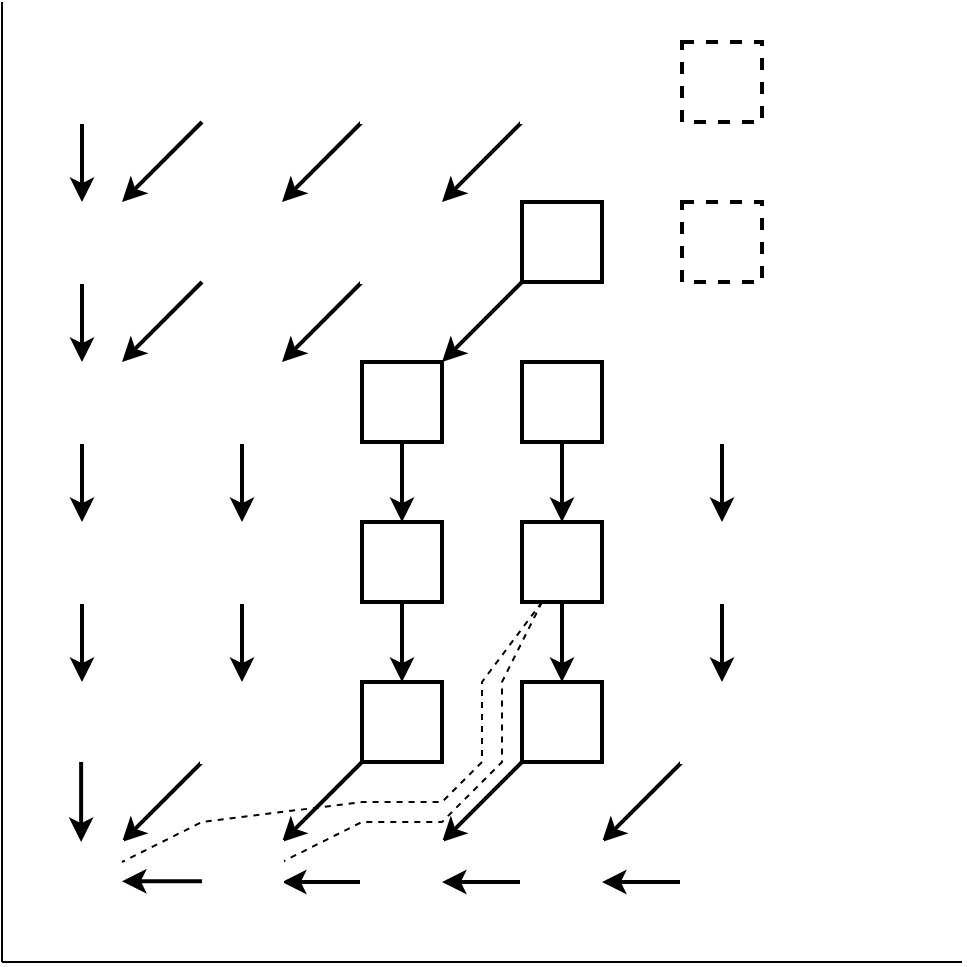
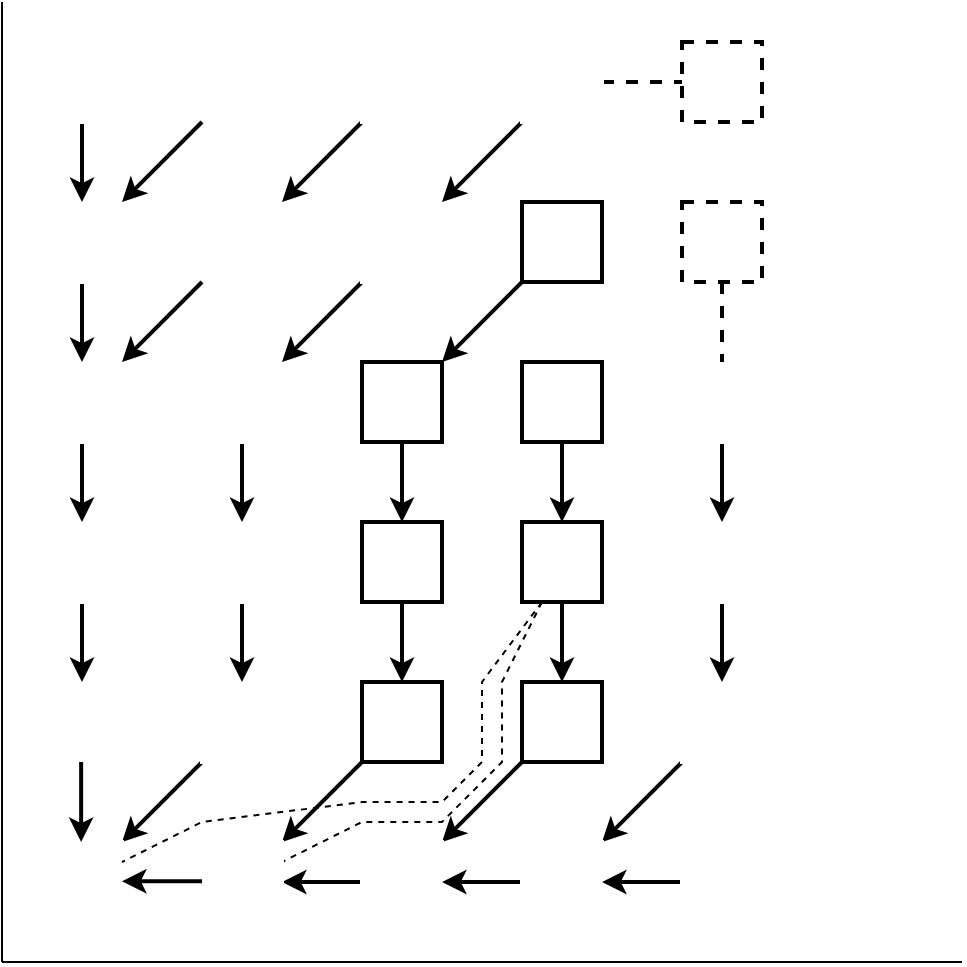
<mxfile host="app.diagrams.net">
  <diagram name="Page-1" id="p-UxiI7Kj3g7a2DDY7qo">
-     <mxGraphModel dx="673" dy="1093" grid="1" gridSize="10" guides="1" tooltips="1" connect="1" arrows="1" fold="1" page="0" pageScale="1" pageWidth="850" pageHeight="1100" math="0" shadow="0">
+     <mxGraphModel dx="-376" dy="481" grid="1" gridSize="10" guides="1" tooltips="1" connect="1" arrows="1" fold="1" page="0" pageScale="1" pageWidth="850" pageHeight="1100" math="0" shadow="0">
      <root>
        <mxCell id="0" />
        <mxCell id="1" parent="0" />
        <mxCell id="F-eb43CFkHsZhEgaTn7b-19" edge="1" parent="1" source="F-eb43CFkHsZhEgaTn7b-15" style="edgeStyle=none;shape=connector;rounded=0;orthogonalLoop=1;jettySize=auto;html=1;exitX=0;exitY=1;exitDx=0;exitDy=0;entryX=1;entryY=0;entryDx=0;entryDy=0;strokeColor=light-dark(#000000,#FF0000);strokeWidth=2;align=center;verticalAlign=middle;fontFamily=Helvetica;fontSize=11;fontColor=default;labelBackgroundColor=default;startArrow=none;startFill=0;endArrow=classic;endFill=1;" target="F-eb43CFkHsZhEgaTn7b-18">
          <mxGeometry relative="1" as="geometry" />
        </mxCell>
        <mxCell id="F-eb43CFkHsZhEgaTn7b-15" parent="1" style="rounded=0;whiteSpace=wrap;html=1;fillColor=none;fontFamily=Courier New;fontStyle=1;strokeColor=light-dark(#000000,#FF0000);strokeWidth=2;" value="" vertex="1">
          <mxGeometry height="40" width="40" x="1680" y="560" as="geometry" />
        </mxCell>
        <mxCell id="F-eb43CFkHsZhEgaTn7b-21" edge="1" parent="1" source="F-eb43CFkHsZhEgaTn7b-16" style="edgeStyle=none;shape=connector;rounded=0;orthogonalLoop=1;jettySize=auto;html=1;exitX=0.5;exitY=1;exitDx=0;exitDy=0;strokeColor=light-dark(#000000,#FF0000);strokeWidth=2;align=center;verticalAlign=middle;fontFamily=Helvetica;fontSize=11;fontColor=default;labelBackgroundColor=default;startArrow=none;startFill=0;endArrow=classic;endFill=1;" target="F-eb43CFkHsZhEgaTn7b-15">
          <mxGeometry relative="1" as="geometry" />
        </mxCell>
        <mxCell id="F-eb43CFkHsZhEgaTn7b-62" edge="1" parent="1" source="F-eb43CFkHsZhEgaTn7b-16" style="edgeStyle=none;shape=connector;rounded=0;orthogonalLoop=1;jettySize=auto;html=1;exitX=0.25;exitY=1;exitDx=0;exitDy=0;entryX=1;entryY=0.25;entryDx=0;entryDy=0;dashed=1;strokeColor=light-dark(#000000,#FF0000);strokeWidth=1;align=center;verticalAlign=middle;fontFamily=Helvetica;fontSize=11;fontColor=default;labelBackgroundColor=default;endArrow=none;endFill=0;" target="F-eb43CFkHsZhEgaTn7b-29">
          <mxGeometry relative="1" as="geometry">
            <Array as="points">
              <mxPoint x="1670" y="560" />
              <mxPoint x="1670" y="600" />
              <mxPoint x="1640" y="630" />
              <mxPoint x="1600" y="630" />
            </Array>
          </mxGeometry>
        </mxCell>
        <mxCell id="F-eb43CFkHsZhEgaTn7b-16" parent="1" style="rounded=0;whiteSpace=wrap;html=1;fillColor=none;fontFamily=Courier New;fontStyle=1;strokeColor=light-dark(#000000,#FF0000);strokeWidth=2;" value="" vertex="1">
          <mxGeometry height="40" width="40" x="1680" y="480" as="geometry" />
        </mxCell>
        <mxCell id="F-eb43CFkHsZhEgaTn7b-22" edge="1" parent="1" source="F-eb43CFkHsZhEgaTn7b-17" style="edgeStyle=none;shape=connector;rounded=0;orthogonalLoop=1;jettySize=auto;html=1;exitX=0.5;exitY=1;exitDx=0;exitDy=0;entryX=0.5;entryY=0;entryDx=0;entryDy=0;strokeColor=light-dark(#000000,#FF0000);strokeWidth=2;align=center;verticalAlign=middle;fontFamily=Helvetica;fontSize=11;fontColor=default;labelBackgroundColor=default;startArrow=none;startFill=0;endArrow=classic;endFill=1;" target="F-eb43CFkHsZhEgaTn7b-16">
          <mxGeometry relative="1" as="geometry" />
        </mxCell>
        <mxCell id="F-eb43CFkHsZhEgaTn7b-17" parent="1" style="rounded=0;whiteSpace=wrap;html=1;fillColor=none;fontFamily=Courier New;fontStyle=1;strokeColor=light-dark(#000000,#FF0000);strokeWidth=2;" value="" vertex="1">
          <mxGeometry height="40" width="40" x="1680" y="400" as="geometry" />
        </mxCell>
        <mxCell id="F-eb43CFkHsZhEgaTn7b-32" edge="1" parent="1" source="F-eb43CFkHsZhEgaTn7b-18" style="edgeStyle=none;shape=connector;rounded=0;orthogonalLoop=1;jettySize=auto;html=1;exitX=0;exitY=0.5;exitDx=0;exitDy=0;entryX=1;entryY=0.5;entryDx=0;entryDy=0;strokeColor=default;strokeWidth=2;align=center;verticalAlign=middle;fontFamily=Helvetica;fontSize=11;fontColor=default;labelBackgroundColor=default;startArrow=none;startFill=0;endArrow=classic;endFill=1;" target="F-eb43CFkHsZhEgaTn7b-29">
          <mxGeometry relative="1" as="geometry" />
        </mxCell>
        <mxCell id="F-eb43CFkHsZhEgaTn7b-18" parent="1" style="rounded=0;whiteSpace=wrap;html=1;fillColor=none;fontFamily=Courier New;fontStyle=1;strokeColor=light-dark(#FFFFFF,#FFFFFF);strokeWidth=2;" value="" vertex="1">
          <mxGeometry height="40" width="40" x="1600" y="640" as="geometry" />
        </mxCell>
        <mxCell id="F-eb43CFkHsZhEgaTn7b-23" edge="1" parent="1" source="F-eb43CFkHsZhEgaTn7b-24" style="edgeStyle=none;shape=connector;rounded=0;orthogonalLoop=1;jettySize=auto;html=1;exitX=0;exitY=1;exitDx=0;exitDy=0;entryX=1;entryY=0;entryDx=0;entryDy=0;strokeColor=light-dark(#000000,#FF8000);strokeWidth=2;align=center;verticalAlign=middle;fontFamily=Helvetica;fontSize=11;fontColor=default;labelBackgroundColor=default;startArrow=none;startFill=0;endArrow=classic;endFill=1;" target="F-eb43CFkHsZhEgaTn7b-29">
          <mxGeometry relative="1" as="geometry" />
        </mxCell>
        <mxCell id="F-eb43CFkHsZhEgaTn7b-24" parent="1" style="rounded=0;whiteSpace=wrap;html=1;fillColor=none;fontFamily=Courier New;fontStyle=1;strokeColor=light-dark(#000000,#FF8000);strokeWidth=2;" value="" vertex="1">
          <mxGeometry height="40" width="40" x="1600" y="560" as="geometry" />
        </mxCell>
        <mxCell id="F-eb43CFkHsZhEgaTn7b-25" edge="1" parent="1" source="F-eb43CFkHsZhEgaTn7b-26" style="edgeStyle=none;shape=connector;rounded=0;orthogonalLoop=1;jettySize=auto;html=1;exitX=0.5;exitY=1;exitDx=0;exitDy=0;strokeColor=light-dark(#000000,#FF8000);strokeWidth=2;align=center;verticalAlign=middle;fontFamily=Helvetica;fontSize=11;fontColor=default;labelBackgroundColor=default;startArrow=none;startFill=0;endArrow=classic;endFill=1;" target="F-eb43CFkHsZhEgaTn7b-24">
          <mxGeometry relative="1" as="geometry" />
        </mxCell>
        <mxCell id="F-eb43CFkHsZhEgaTn7b-26" parent="1" style="rounded=0;whiteSpace=wrap;html=1;fillColor=none;fontFamily=Courier New;fontStyle=1;strokeColor=light-dark(#000000,#FF8000);strokeWidth=2;" value="" vertex="1">
          <mxGeometry height="40" width="40" x="1600" y="480" as="geometry" />
        </mxCell>
        <mxCell id="F-eb43CFkHsZhEgaTn7b-27" edge="1" parent="1" source="F-eb43CFkHsZhEgaTn7b-28" style="edgeStyle=none;shape=connector;rounded=0;orthogonalLoop=1;jettySize=auto;html=1;exitX=0.5;exitY=1;exitDx=0;exitDy=0;entryX=0.5;entryY=0;entryDx=0;entryDy=0;strokeColor=light-dark(#000000,#FF8000);strokeWidth=2;align=center;verticalAlign=middle;fontFamily=Helvetica;fontSize=11;fontColor=default;labelBackgroundColor=default;startArrow=none;startFill=0;endArrow=classic;endFill=1;" target="F-eb43CFkHsZhEgaTn7b-26">
          <mxGeometry relative="1" as="geometry" />
        </mxCell>
        <mxCell id="F-eb43CFkHsZhEgaTn7b-28" parent="1" style="rounded=0;whiteSpace=wrap;html=1;fillColor=none;fontFamily=Courier New;fontStyle=1;strokeColor=light-dark(#000000,#FF8000);strokeWidth=2;" value="" vertex="1">
          <mxGeometry height="40" width="40" x="1600" y="400" as="geometry" />
        </mxCell>
        <mxCell id="F-eb43CFkHsZhEgaTn7b-29" parent="1" style="rounded=0;whiteSpace=wrap;html=1;fillColor=none;fontFamily=Courier New;fontStyle=1;strokeColor=light-dark(#FFFFFF,#FFFFFF);strokeWidth=2;" value="" vertex="1">
          <mxGeometry height="40" width="40" x="1520" y="640" as="geometry" />
        </mxCell>
        <mxCell id="F-eb43CFkHsZhEgaTn7b-31" edge="1" parent="1" source="F-eb43CFkHsZhEgaTn7b-30" style="edgeStyle=none;shape=connector;rounded=0;orthogonalLoop=1;jettySize=auto;html=1;exitX=0;exitY=1;exitDx=0;exitDy=0;entryX=1;entryY=0;entryDx=0;entryDy=0;strokeColor=light-dark(#000000,#FF8000);strokeWidth=2;align=center;verticalAlign=middle;fontFamily=Helvetica;fontSize=11;fontColor=default;labelBackgroundColor=default;startArrow=none;startFill=0;endArrow=classic;endFill=1;" target="F-eb43CFkHsZhEgaTn7b-28">
          <mxGeometry relative="1" as="geometry" />
        </mxCell>
        <mxCell id="F-eb43CFkHsZhEgaTn7b-30" parent="1" style="rounded=0;whiteSpace=wrap;html=1;fillColor=none;fontFamily=Courier New;fontStyle=1;strokeColor=light-dark(#000000,#FF8000);strokeWidth=2;" value="" vertex="1">
          <mxGeometry height="40" width="40" x="1680" y="320" as="geometry" />
        </mxCell>
        <mxCell id="F-eb43CFkHsZhEgaTn7b-33" edge="1" parent="1" source="F-eb43CFkHsZhEgaTn7b-34" style="edgeStyle=none;shape=connector;rounded=0;orthogonalLoop=1;jettySize=auto;html=1;exitX=0;exitY=1;exitDx=0;exitDy=0;entryX=1;entryY=0;entryDx=0;entryDy=0;strokeColor=default;strokeWidth=2;align=center;verticalAlign=middle;fontFamily=Helvetica;fontSize=11;fontColor=default;labelBackgroundColor=default;startArrow=none;startFill=0;endArrow=classic;endFill=1;" target="F-eb43CFkHsZhEgaTn7b-39">
          <mxGeometry relative="1" as="geometry" />
        </mxCell>
        <mxCell id="F-eb43CFkHsZhEgaTn7b-34" parent="1" style="rounded=0;whiteSpace=wrap;html=1;fillColor=none;fontFamily=Courier New;fontStyle=1;strokeColor=light-dark(#FFFFFF,#FFFFFF);strokeWidth=2;" value="" vertex="1">
          <mxGeometry height="40" width="40" x="1760" y="560" as="geometry" />
        </mxCell>
        <mxCell id="F-eb43CFkHsZhEgaTn7b-35" edge="1" parent="1" source="F-eb43CFkHsZhEgaTn7b-36" style="edgeStyle=none;shape=connector;rounded=0;orthogonalLoop=1;jettySize=auto;html=1;exitX=0.5;exitY=1;exitDx=0;exitDy=0;strokeColor=default;strokeWidth=2;align=center;verticalAlign=middle;fontFamily=Helvetica;fontSize=11;fontColor=default;labelBackgroundColor=default;startArrow=none;startFill=0;endArrow=classic;endFill=1;" target="F-eb43CFkHsZhEgaTn7b-34">
          <mxGeometry relative="1" as="geometry" />
        </mxCell>
        <mxCell id="F-eb43CFkHsZhEgaTn7b-36" parent="1" style="rounded=0;whiteSpace=wrap;html=1;fillColor=none;fontFamily=Courier New;fontStyle=1;strokeColor=light-dark(#FFFFFF,#FFFFFF);strokeWidth=2;" value="" vertex="1">
          <mxGeometry height="40" width="40" x="1760" y="480" as="geometry" />
        </mxCell>
        <mxCell id="F-eb43CFkHsZhEgaTn7b-37" edge="1" parent="1" source="F-eb43CFkHsZhEgaTn7b-38" style="edgeStyle=none;shape=connector;rounded=0;orthogonalLoop=1;jettySize=auto;html=1;exitX=0.5;exitY=1;exitDx=0;exitDy=0;entryX=0.5;entryY=0;entryDx=0;entryDy=0;strokeColor=default;strokeWidth=2;align=center;verticalAlign=middle;fontFamily=Helvetica;fontSize=11;fontColor=default;labelBackgroundColor=default;startArrow=none;startFill=0;endArrow=classic;endFill=1;" target="F-eb43CFkHsZhEgaTn7b-36">
          <mxGeometry relative="1" as="geometry" />
        </mxCell>
        <mxCell id="F-eb43CFkHsZhEgaTn7b-38" parent="1" style="rounded=0;whiteSpace=wrap;html=1;fillColor=none;fontFamily=Courier New;fontStyle=1;strokeColor=light-dark(#FFFFFF,#FFFFFF);strokeWidth=2;" value="" vertex="1">
          <mxGeometry height="40" width="40" x="1760" y="400" as="geometry" />
        </mxCell>
        <mxCell id="F-eb43CFkHsZhEgaTn7b-40" edge="1" parent="1" source="F-eb43CFkHsZhEgaTn7b-39" style="edgeStyle=none;shape=connector;rounded=0;orthogonalLoop=1;jettySize=auto;html=1;exitX=0;exitY=0.5;exitDx=0;exitDy=0;entryX=1;entryY=0.5;entryDx=0;entryDy=0;strokeColor=default;strokeWidth=2;align=center;verticalAlign=middle;fontFamily=Helvetica;fontSize=11;fontColor=default;labelBackgroundColor=default;startArrow=none;startFill=0;endArrow=classic;endFill=1;" target="F-eb43CFkHsZhEgaTn7b-18">
          <mxGeometry relative="1" as="geometry" />
        </mxCell>
        <mxCell id="F-eb43CFkHsZhEgaTn7b-39" parent="1" style="rounded=0;whiteSpace=wrap;html=1;fillColor=none;fontFamily=Courier New;fontStyle=1;strokeColor=light-dark(#FFFFFF,#FFFFFF);strokeWidth=2;" value="" vertex="1">
          <mxGeometry height="40" width="40" x="1680" y="640" as="geometry" />
        </mxCell>
        <mxCell id="F-eb43CFkHsZhEgaTn7b-42" edge="1" parent="1" source="F-eb43CFkHsZhEgaTn7b-41" style="edgeStyle=none;shape=connector;rounded=0;orthogonalLoop=1;jettySize=auto;html=1;exitX=0;exitY=0.5;exitDx=0;exitDy=0;entryX=1;entryY=0.5;entryDx=0;entryDy=0;strokeColor=default;strokeWidth=2;align=center;verticalAlign=middle;fontFamily=Helvetica;fontSize=11;fontColor=default;labelBackgroundColor=default;startArrow=none;startFill=0;endArrow=classic;endFill=1;" target="F-eb43CFkHsZhEgaTn7b-39">
          <mxGeometry relative="1" as="geometry" />
        </mxCell>
        <mxCell id="F-eb43CFkHsZhEgaTn7b-41" parent="1" style="rounded=0;whiteSpace=wrap;html=1;fillColor=none;fontFamily=Courier New;fontStyle=1;strokeColor=light-dark(#FFFFFF,#FFFFFF);strokeWidth=2;" value="" vertex="1">
          <mxGeometry height="40" width="40" x="1760" y="640" as="geometry" />
        </mxCell>
        <mxCell id="F-eb43CFkHsZhEgaTn7b-54" edge="1" parent="1" source="F-eb43CFkHsZhEgaTn7b-43" style="edgeStyle=none;shape=connector;rounded=0;orthogonalLoop=1;jettySize=auto;html=1;exitX=0;exitY=1;exitDx=0;exitDy=0;entryX=1;entryY=0;entryDx=0;entryDy=0;strokeColor=default;strokeWidth=2;align=center;verticalAlign=middle;fontFamily=Helvetica;fontSize=11;fontColor=default;labelBackgroundColor=default;startArrow=none;startFill=0;endArrow=classic;endFill=1;" target="F-eb43CFkHsZhEgaTn7b-63">
          <mxGeometry relative="1" as="geometry" />
        </mxCell>
        <mxCell id="F-eb43CFkHsZhEgaTn7b-43" parent="1" style="rounded=0;whiteSpace=wrap;html=1;fillColor=none;fontFamily=Courier New;fontStyle=1;strokeColor=light-dark(#FFFFFF,#FFFFFF);strokeWidth=2;" value="" vertex="1">
          <mxGeometry height="40" width="40" x="1520" y="560" as="geometry" />
        </mxCell>
        <mxCell id="F-eb43CFkHsZhEgaTn7b-44" edge="1" parent="1" source="F-eb43CFkHsZhEgaTn7b-45" style="edgeStyle=none;shape=connector;rounded=0;orthogonalLoop=1;jettySize=auto;html=1;exitX=0.5;exitY=1;exitDx=0;exitDy=0;strokeColor=default;strokeWidth=2;align=center;verticalAlign=middle;fontFamily=Helvetica;fontSize=11;fontColor=default;labelBackgroundColor=default;startArrow=none;startFill=0;endArrow=classic;endFill=1;" target="F-eb43CFkHsZhEgaTn7b-43">
          <mxGeometry relative="1" as="geometry" />
        </mxCell>
        <mxCell id="F-eb43CFkHsZhEgaTn7b-45" parent="1" style="rounded=0;whiteSpace=wrap;html=1;fillColor=none;fontFamily=Courier New;fontStyle=1;strokeColor=light-dark(#FFFFFF,#FFFFFF);strokeWidth=2;" value="" vertex="1">
          <mxGeometry height="40" width="40" x="1520" y="480" as="geometry" />
        </mxCell>
        <mxCell id="F-eb43CFkHsZhEgaTn7b-46" edge="1" parent="1" source="F-eb43CFkHsZhEgaTn7b-47" style="edgeStyle=none;shape=connector;rounded=0;orthogonalLoop=1;jettySize=auto;html=1;exitX=0.5;exitY=1;exitDx=0;exitDy=0;entryX=0.5;entryY=0;entryDx=0;entryDy=0;strokeColor=default;strokeWidth=2;align=center;verticalAlign=middle;fontFamily=Helvetica;fontSize=11;fontColor=default;labelBackgroundColor=default;startArrow=none;startFill=0;endArrow=classic;endFill=1;" target="F-eb43CFkHsZhEgaTn7b-45">
          <mxGeometry relative="1" as="geometry" />
        </mxCell>
        <mxCell id="F-eb43CFkHsZhEgaTn7b-47" parent="1" style="rounded=0;whiteSpace=wrap;html=1;fillColor=none;fontFamily=Courier New;fontStyle=1;strokeColor=light-dark(#FFFFFF,#FFFFFF);strokeWidth=2;" value="" vertex="1">
          <mxGeometry height="40" width="40" x="1520" y="400" as="geometry" />
        </mxCell>
        <mxCell id="F-eb43CFkHsZhEgaTn7b-48" edge="1" parent="1" source="F-eb43CFkHsZhEgaTn7b-49" style="edgeStyle=none;shape=connector;rounded=0;orthogonalLoop=1;jettySize=auto;html=1;exitX=0;exitY=1;exitDx=0;exitDy=0;entryX=1;entryY=0;entryDx=0;entryDy=0;strokeColor=default;strokeWidth=2;align=center;verticalAlign=middle;fontFamily=Helvetica;fontSize=11;fontColor=default;labelBackgroundColor=default;startArrow=none;startFill=0;endArrow=classic;endFill=1;" target="F-eb43CFkHsZhEgaTn7b-47">
          <mxGeometry relative="1" as="geometry" />
        </mxCell>
        <mxCell id="F-eb43CFkHsZhEgaTn7b-49" parent="1" style="rounded=0;whiteSpace=wrap;html=1;fillColor=none;fontFamily=Courier New;fontStyle=1;strokeColor=light-dark(#FFFFFF,#FFFFFF);strokeWidth=2;" value="" vertex="1">
          <mxGeometry height="40" width="40" x="1600" y="320" as="geometry" />
        </mxCell>
        <mxCell id="F-eb43CFkHsZhEgaTn7b-50" edge="1" parent="1" source="F-eb43CFkHsZhEgaTn7b-51" style="edgeStyle=none;shape=connector;rounded=0;orthogonalLoop=1;jettySize=auto;html=1;exitX=0;exitY=1;exitDx=0;exitDy=0;entryX=1;entryY=0;entryDx=0;entryDy=0;strokeColor=default;strokeWidth=2;align=center;verticalAlign=middle;fontFamily=Helvetica;fontSize=11;fontColor=default;labelBackgroundColor=default;startArrow=none;startFill=0;endArrow=classic;endFill=1;">
          <mxGeometry relative="1" as="geometry">
            <mxPoint x="1640" y="320" as="targetPoint" />
          </mxGeometry>
        </mxCell>
+         <mxCell id="F-eb43CFkHsZhEgaTn7b-91" edge="1" parent="1" source="F-eb43CFkHsZhEgaTn7b-51" style="edgeStyle=none;shape=connector;rounded=0;orthogonalLoop=1;jettySize=auto;html=1;exitX=1;exitY=0.5;exitDx=0;exitDy=0;entryX=0;entryY=0.5;entryDx=0;entryDy=0;dashed=1;strokeColor=light-dark(#000000,#FF8000);strokeWidth=2;align=center;verticalAlign=middle;fontFamily=Helvetica;fontSize=11;fontColor=default;labelBackgroundColor=default;endArrow=none;endFill=0;" target="F-eb43CFkHsZhEgaTn7b-53">
+           <mxGeometry relative="1" as="geometry" />
+         </mxCell>
        <mxCell id="F-eb43CFkHsZhEgaTn7b-51" parent="1" style="rounded=0;whiteSpace=wrap;html=1;fillColor=none;fontFamily=Courier New;fontStyle=1;strokeColor=light-dark(#FFFFFF,#FFFFFF);strokeWidth=2;" value="" vertex="1">
          <mxGeometry height="40" width="40" x="1680" y="240" as="geometry" />
+         </mxCell>
+         <mxCell id="F-eb43CFkHsZhEgaTn7b-90" edge="1" parent="1" source="F-eb43CFkHsZhEgaTn7b-52" style="edgeStyle=none;shape=connector;rounded=0;orthogonalLoop=1;jettySize=auto;html=1;exitX=0.5;exitY=1;exitDx=0;exitDy=0;entryX=0.5;entryY=0;entryDx=0;entryDy=0;dashed=1;strokeColor=light-dark(#000000,#FF0000);strokeWidth=2;align=center;verticalAlign=middle;fontFamily=Helvetica;fontSize=11;fontColor=default;labelBackgroundColor=default;endArrow=none;endFill=0;" target="F-eb43CFkHsZhEgaTn7b-38">
+           <mxGeometry relative="1" as="geometry" />
        </mxCell>
        <mxCell id="F-eb43CFkHsZhEgaTn7b-52" parent="1" style="rounded=0;whiteSpace=wrap;html=1;fillColor=none;fontFamily=Courier New;fontStyle=1;strokeColor=light-dark(#000000,#FF0000);strokeWidth=2;dashed=1;" value="" vertex="1">
          <mxGeometry height="40" width="40" x="1760" y="320" as="geometry" />
        </mxCell>
        <mxCell id="F-eb43CFkHsZhEgaTn7b-53" parent="1" style="rounded=0;whiteSpace=wrap;html=1;fillColor=none;fontFamily=Courier New;fontStyle=1;strokeColor=light-dark(#000000,#FF8000);strokeWidth=2;dashed=1;" value="" vertex="1">
          <mxGeometry height="40" width="40" x="1760" y="240" as="geometry" />
        </mxCell>
        <mxCell id="F-eb43CFkHsZhEgaTn7b-56" parent="1" style="rounded=0;whiteSpace=wrap;html=1;fillColor=none;fontFamily=Courier New;fontStyle=1;strokeColor=light-dark(#FFFFFF,#FFFFFF);strokeWidth=2;" value="" vertex="1">
          <mxGeometry height="40" width="40" x="1520" y="320" as="geometry" />
        </mxCell>
        <mxCell id="F-eb43CFkHsZhEgaTn7b-60" edge="1" parent="1" source="F-eb43CFkHsZhEgaTn7b-57" style="edgeStyle=none;shape=connector;rounded=0;orthogonalLoop=1;jettySize=auto;html=1;exitX=0;exitY=1;exitDx=0;exitDy=0;entryX=1;entryY=0;entryDx=0;entryDy=0;strokeColor=default;strokeWidth=2;align=center;verticalAlign=middle;fontFamily=Helvetica;fontSize=11;fontColor=default;labelBackgroundColor=default;startArrow=none;startFill=0;endArrow=classic;endFill=1;" target="F-eb43CFkHsZhEgaTn7b-56">
          <mxGeometry relative="1" as="geometry" />
        </mxCell>
        <mxCell id="F-eb43CFkHsZhEgaTn7b-57" parent="1" style="rounded=0;whiteSpace=wrap;html=1;fillColor=none;fontFamily=Courier New;fontStyle=1;strokeColor=light-dark(#FFFFFF,#FFFFFF);strokeWidth=2;" value="" vertex="1">
          <mxGeometry height="40" width="40" x="1600" y="240" as="geometry" />
        </mxCell>
        <mxCell id="F-eb43CFkHsZhEgaTn7b-58" parent="1" style="rounded=0;whiteSpace=wrap;html=1;fillColor=none;fontFamily=Courier New;fontStyle=1;strokeColor=light-dark(#FFFFFF,#FFFFFF);strokeWidth=2;" value="" vertex="1">
          <mxGeometry height="40" width="40" x="1520" y="240" as="geometry" />
        </mxCell>
        <mxCell id="F-eb43CFkHsZhEgaTn7b-63" parent="1" style="rounded=0;whiteSpace=wrap;html=1;fillColor=none;fontFamily=Courier New;fontStyle=1;strokeColor=light-dark(#FFFFFF,#FFFFFF);strokeWidth=2;" value="" vertex="1">
          <mxGeometry height="40" width="40" x="1440" y="640" as="geometry" />
        </mxCell>
        <mxCell id="F-eb43CFkHsZhEgaTn7b-65" edge="1" parent="1" style="edgeStyle=none;shape=connector;rounded=0;orthogonalLoop=1;jettySize=auto;html=1;exitX=0;exitY=0.5;exitDx=0;exitDy=0;entryX=1;entryY=0.5;entryDx=0;entryDy=0;strokeColor=default;strokeWidth=2;align=center;verticalAlign=middle;fontFamily=Helvetica;fontSize=11;fontColor=default;labelBackgroundColor=default;startArrow=none;startFill=0;endArrow=classic;endFill=1;">
          <mxGeometry relative="1" as="geometry">
            <mxPoint x="1520" y="659.6" as="sourcePoint" />
            <mxPoint x="1480" y="659.6" as="targetPoint" />
          </mxGeometry>
        </mxCell>
        <mxCell id="F-eb43CFkHsZhEgaTn7b-66" parent="1" style="rounded=0;whiteSpace=wrap;html=1;fillColor=none;fontFamily=Courier New;fontStyle=1;strokeColor=light-dark(#FFFFFF,#FFFFFF);strokeWidth=2;" value="" vertex="1">
          <mxGeometry height="40" width="40" x="1440" y="560" as="geometry" />
        </mxCell>
        <mxCell id="F-eb43CFkHsZhEgaTn7b-67" edge="1" parent="1" source="F-eb43CFkHsZhEgaTn7b-68" style="edgeStyle=none;shape=connector;rounded=0;orthogonalLoop=1;jettySize=auto;html=1;exitX=0.5;exitY=1;exitDx=0;exitDy=0;strokeColor=default;strokeWidth=2;align=center;verticalAlign=middle;fontFamily=Helvetica;fontSize=11;fontColor=default;labelBackgroundColor=default;startArrow=none;startFill=0;endArrow=classic;endFill=1;" target="F-eb43CFkHsZhEgaTn7b-66">
          <mxGeometry relative="1" as="geometry" />
        </mxCell>
        <mxCell id="F-eb43CFkHsZhEgaTn7b-68" parent="1" style="rounded=0;whiteSpace=wrap;html=1;fillColor=none;fontFamily=Courier New;fontStyle=1;strokeColor=light-dark(#FFFFFF,#FFFFFF);strokeWidth=2;" value="" vertex="1">
          <mxGeometry height="40" width="40" x="1440" y="480" as="geometry" />
        </mxCell>
        <mxCell id="F-eb43CFkHsZhEgaTn7b-69" edge="1" parent="1" source="F-eb43CFkHsZhEgaTn7b-70" style="edgeStyle=none;shape=connector;rounded=0;orthogonalLoop=1;jettySize=auto;html=1;exitX=0.5;exitY=1;exitDx=0;exitDy=0;entryX=0.5;entryY=0;entryDx=0;entryDy=0;strokeColor=default;strokeWidth=2;align=center;verticalAlign=middle;fontFamily=Helvetica;fontSize=11;fontColor=default;labelBackgroundColor=default;startArrow=none;startFill=0;endArrow=classic;endFill=1;" target="F-eb43CFkHsZhEgaTn7b-68">
          <mxGeometry relative="1" as="geometry" />
        </mxCell>
        <mxCell id="F-eb43CFkHsZhEgaTn7b-70" parent="1" style="rounded=0;whiteSpace=wrap;html=1;fillColor=none;fontFamily=Courier New;fontStyle=1;strokeColor=light-dark(#FFFFFF,#FFFFFF);strokeWidth=2;" value="" vertex="1">
          <mxGeometry height="40" width="40" x="1440" y="400" as="geometry" />
        </mxCell>
        <mxCell id="F-eb43CFkHsZhEgaTn7b-71" edge="1" parent="1" source="F-eb43CFkHsZhEgaTn7b-72" style="edgeStyle=none;shape=connector;rounded=0;orthogonalLoop=1;jettySize=auto;html=1;exitX=0.5;exitY=1;exitDx=0;exitDy=0;entryX=0.5;entryY=0;entryDx=0;entryDy=0;strokeColor=default;strokeWidth=2;align=center;verticalAlign=middle;fontFamily=Helvetica;fontSize=11;fontColor=default;labelBackgroundColor=default;startArrow=none;startFill=0;endArrow=classic;endFill=1;" target="F-eb43CFkHsZhEgaTn7b-70">
          <mxGeometry relative="1" as="geometry" />
        </mxCell>
        <mxCell id="F-eb43CFkHsZhEgaTn7b-72" parent="1" style="rounded=0;whiteSpace=wrap;html=1;fillColor=none;fontFamily=Courier New;fontStyle=1;strokeColor=light-dark(#FFFFFF,#FFFFFF);strokeWidth=2;" value="" vertex="1">
          <mxGeometry height="40" width="40" x="1440" y="320" as="geometry" />
        </mxCell>
        <mxCell id="F-eb43CFkHsZhEgaTn7b-73" edge="1" parent="1" source="F-eb43CFkHsZhEgaTn7b-74" style="edgeStyle=none;shape=connector;rounded=0;orthogonalLoop=1;jettySize=auto;html=1;exitX=0.5;exitY=1;exitDx=0;exitDy=0;entryX=0.5;entryY=0;entryDx=0;entryDy=0;strokeColor=default;strokeWidth=2;align=center;verticalAlign=middle;fontFamily=Helvetica;fontSize=11;fontColor=default;labelBackgroundColor=default;startArrow=none;startFill=0;endArrow=classic;endFill=1;" target="F-eb43CFkHsZhEgaTn7b-72">
          <mxGeometry relative="1" as="geometry" />
        </mxCell>
        <mxCell id="F-eb43CFkHsZhEgaTn7b-74" parent="1" style="rounded=0;whiteSpace=wrap;html=1;fillColor=none;fontFamily=Courier New;fontStyle=1;strokeColor=light-dark(#FFFFFF,#FFFFFF);strokeWidth=2;" value="" vertex="1">
          <mxGeometry height="40" width="40" x="1440" y="240" as="geometry" />
        </mxCell>
        <mxCell id="F-eb43CFkHsZhEgaTn7b-76" edge="1" parent="1" style="edgeStyle=none;shape=connector;rounded=0;orthogonalLoop=1;jettySize=auto;html=1;exitX=0;exitY=1;exitDx=0;exitDy=0;entryX=1;entryY=0;entryDx=0;entryDy=0;strokeColor=default;strokeWidth=2;align=center;verticalAlign=middle;fontFamily=Helvetica;fontSize=11;fontColor=default;labelBackgroundColor=default;startArrow=none;startFill=0;endArrow=classic;endFill=1;">
          <mxGeometry relative="1" as="geometry">
            <mxPoint x="1520" y="360" as="sourcePoint" />
            <mxPoint x="1480" y="400" as="targetPoint" />
          </mxGeometry>
        </mxCell>
        <mxCell id="F-eb43CFkHsZhEgaTn7b-77" edge="1" parent="1" style="edgeStyle=none;shape=connector;rounded=0;orthogonalLoop=1;jettySize=auto;html=1;exitX=0;exitY=1;exitDx=0;exitDy=0;entryX=1;entryY=0;entryDx=0;entryDy=0;strokeColor=default;strokeWidth=2;align=center;verticalAlign=middle;fontFamily=Helvetica;fontSize=11;fontColor=default;labelBackgroundColor=default;startArrow=none;startFill=0;endArrow=classic;endFill=1;">
          <mxGeometry relative="1" as="geometry">
            <mxPoint x="1520" y="280" as="sourcePoint" />
            <mxPoint x="1480" y="320" as="targetPoint" />
          </mxGeometry>
        </mxCell>
        <mxCell id="F-eb43CFkHsZhEgaTn7b-78" edge="1" parent="1" style="edgeStyle=none;shape=connector;rounded=0;orthogonalLoop=1;jettySize=auto;html=1;exitX=0.5;exitY=1;exitDx=0;exitDy=0;strokeColor=default;strokeWidth=2;align=center;verticalAlign=middle;fontFamily=Helvetica;fontSize=11;fontColor=default;labelBackgroundColor=default;startArrow=none;startFill=0;endArrow=classic;endFill=1;">
          <mxGeometry relative="1" as="geometry">
            <mxPoint x="1459.57" y="600" as="sourcePoint" />
            <mxPoint x="1459.57" y="640" as="targetPoint" />
          </mxGeometry>
        </mxCell>
        <mxCell id="F-eb43CFkHsZhEgaTn7b-80" edge="1" parent="1" style="edgeStyle=none;shape=connector;rounded=0;orthogonalLoop=1;jettySize=auto;html=1;exitX=0.25;exitY=1;exitDx=0;exitDy=0;entryX=1;entryY=0.25;entryDx=0;entryDy=0;dashed=1;strokeColor=light-dark(#000000,#FF8000);strokeWidth=1;align=center;verticalAlign=middle;fontFamily=Helvetica;fontSize=11;fontColor=default;labelBackgroundColor=default;endArrow=none;endFill=0;" target="F-eb43CFkHsZhEgaTn7b-63">
          <mxGeometry relative="1" as="geometry">
            <Array as="points">
              <mxPoint x="1660" y="560" />
              <mxPoint x="1660" y="600" />
              <mxPoint x="1640" y="620" />
              <mxPoint x="1600" y="620" />
              <mxPoint x="1520" y="630" />
            </Array>
            <mxPoint x="1690" y="520" as="sourcePoint" />
            <mxPoint x="1560" y="650" as="targetPoint" />
          </mxGeometry>
        </mxCell>
        <mxCell id="F-eb43CFkHsZhEgaTn7b-81" edge="1" parent="1" style="endArrow=none;html=1;rounded=0;" value="">
          <mxGeometry height="50" relative="1" width="50" as="geometry">
            <mxPoint x="1420" y="700" as="sourcePoint" />
            <mxPoint x="1420" y="220" as="targetPoint" />
          </mxGeometry>
        </mxCell>
        <mxCell id="F-eb43CFkHsZhEgaTn7b-82" edge="1" parent="1" style="endArrow=none;html=1;rounded=0;" value="">
          <mxGeometry height="50" relative="1" width="50" as="geometry">
            <mxPoint x="1900" y="700" as="sourcePoint" />
            <mxPoint x="1420" y="700" as="targetPoint" />
          </mxGeometry>
        </mxCell>
        <mxCell id="F-eb43CFkHsZhEgaTn7b-83" parent="1" style="rounded=0;whiteSpace=wrap;html=1;fillColor=none;fontFamily=Courier New;fontStyle=1;strokeColor=light-dark(#FFFFFF,#3E3E3E);strokeWidth=1;dashed=1;" value="" vertex="1">
          <mxGeometry height="40" width="40" x="1840" y="640" as="geometry" />
        </mxCell>
        <mxCell id="F-eb43CFkHsZhEgaTn7b-84" parent="1" style="rounded=0;whiteSpace=wrap;html=1;fillColor=none;fontFamily=Courier New;fontStyle=1;strokeColor=light-dark(#FFFFFF,#3E3E3E);strokeWidth=1;dashed=1;" value="" vertex="1">
          <mxGeometry height="40" width="40" x="1840" y="560" as="geometry" />
        </mxCell>
        <mxCell id="F-eb43CFkHsZhEgaTn7b-85" parent="1" style="rounded=0;whiteSpace=wrap;html=1;fillColor=none;fontFamily=Courier New;fontStyle=1;strokeColor=light-dark(#FFFFFF,#3E3E3E);strokeWidth=1;dashed=1;" value="" vertex="1">
          <mxGeometry height="40" width="40" x="1840" y="480" as="geometry" />
        </mxCell>
        <mxCell id="F-eb43CFkHsZhEgaTn7b-86" parent="1" style="rounded=0;whiteSpace=wrap;html=1;fillColor=none;fontFamily=Courier New;fontStyle=1;strokeColor=light-dark(#FFFFFF,#3E3E3E);strokeWidth=1;dashed=1;" value="" vertex="1">
          <mxGeometry height="40" width="40" x="1840" y="400" as="geometry" />
        </mxCell>
        <mxCell id="F-eb43CFkHsZhEgaTn7b-87" parent="1" style="rounded=0;whiteSpace=wrap;html=1;fillColor=none;fontFamily=Courier New;fontStyle=1;strokeColor=light-dark(#FFFFFF,#3E3E3E);strokeWidth=1;dashed=1;" value="" vertex="1">
          <mxGeometry height="40" width="40" x="1840" y="320" as="geometry" />
        </mxCell>
        <mxCell id="F-eb43CFkHsZhEgaTn7b-88" parent="1" style="rounded=0;whiteSpace=wrap;html=1;fillColor=none;fontFamily=Courier New;fontStyle=1;strokeColor=light-dark(#FFFFFF,#3E3E3E);strokeWidth=1;dashed=1;" value="" vertex="1">
          <mxGeometry height="40" width="40" x="1840" y="240" as="geometry" />
        </mxCell>
      </root>
    </mxGraphModel>
  </diagram>
</mxfile>
